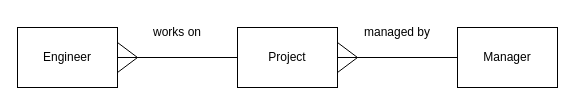
The draw.io diagram page "Engineer" (24 of 33) of higher/ddd/H-DDD-Clydeview/assets/Diagrams/H DDD Clydeview.drawio in MrFriendCS/MrFriendCS.github.io, before the edit. Source tidied: cells renumbered, new cells numbered last; positions are measured from the earlier drawing's top-left corner, leaving out a move shared by most shapes. Both pictures are drawn from the tidied source at 100%, with x=0, y=0 at pixel (17, 17).
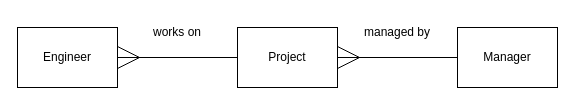
After the change.

What changed in the source:
```diff
@@
 <mxGraphModel>
   <root>
     <mxCell id="0" />
     <mxCell id="1" parent="0" />
-    <mxCell id="2" style="rounded=0;jettySize=auto;html=1;exitX=1;exitY=0.5;exitDx=0;exitDy=0;entryX=0;entryY=0.5;entryDx=0;entryDy=0;endArrow=none;endFill=0;" parent="1" edge="1" source="5" target="9">
+    <mxCell id="2" style="rounded=0;jettySize=auto;html=1;exitX=1;exitY=0.5;exitDx=0;exitDy=0;entryX=0;entryY=0.5;entryDx=0;entryDy=0;endArrow=none;endFill=0;startArrow=ERmany;startFill=0;startSize=20;" parent="1" edge="1" source="5" target="9">
       <mxGeometry relative="1" as="geometry" />
     </mxCell>
-    <mxCell id="3" style="edgeStyle=none;rounded=0;jettySize=auto;html=1;exitX=1;exitY=0.25;exitDx=0;exitDy=0;endArrow=none;endFill=0;" parent="1" edge="1" source="5">
-      <mxGeometry relative="1" as="geometry">
-        <mxPoint x="120" y="40" as="targetPoint" />
-      </mxGeometry>
-    </mxCell>
-    <mxCell id="4" style="edgeStyle=none;rounded=0;jettySize=auto;html=1;exitX=1;exitY=0.75;exitDx=0;exitDy=0;endArrow=none;endFill=0;" parent="1" edge="1" source="5">
-      <mxGeometry relative="1" as="geometry">
-        <mxPoint x="120" y="40" as="targetPoint" />
-      </mxGeometry>
-    </mxCell>
-    <mxCell id="5" value="Engineer" style="rounded=0;whiteSpace=wrap;html=1;" parent="1" vertex="1">
+    <mxCell id="5" value="Engineer" style="rounded=0;whiteSpace=wrap;html=1;fillColor=none;" parent="1" vertex="1">
       <mxGeometry y="10" width="100" height="60" as="geometry" />
     </mxCell>
-    <mxCell id="6" style="edgeStyle=none;rounded=0;jettySize=auto;html=1;exitX=1;exitY=0.5;exitDx=0;exitDy=0;entryX=0;entryY=0.5;entryDx=0;entryDy=0;endArrow=none;endFill=0;" parent="1" edge="1" source="9" target="10">
+    <mxCell id="6" style="edgeStyle=none;rounded=0;jettySize=auto;html=1;exitX=1;exitY=0.5;exitDx=0;exitDy=0;entryX=0;entryY=0.5;entryDx=0;entryDy=0;endArrow=none;endFill=0;startArrow=ERmany;startFill=0;startSize=20;" parent="1" edge="1" source="9" target="10">
       <mxGeometry relative="1" as="geometry" />
     </mxCell>
-    <mxCell id="7" style="edgeStyle=none;rounded=0;jettySize=auto;html=1;exitX=1;exitY=0.25;exitDx=0;exitDy=0;endArrow=none;endFill=0;" parent="1" edge="1" source="9">
-      <mxGeometry relative="1" as="geometry">
-        <mxPoint x="340" y="40" as="targetPoint" />
-      </mxGeometry>
-    </mxCell>
-    <mxCell id="8" style="edgeStyle=none;rounded=0;jettySize=auto;html=1;exitX=1;exitY=0.75;exitDx=0;exitDy=0;endArrow=none;endFill=0;" parent="1" edge="1" source="9">
-      <mxGeometry relative="1" as="geometry">
-        <mxPoint x="340" y="40" as="targetPoint" />
-      </mxGeometry>
-    </mxCell>
-    <mxCell id="9" value="Project" style="rounded=0;whiteSpace=wrap;html=1;" parent="1" vertex="1">
+    <mxCell id="9" value="Project" style="rounded=0;whiteSpace=wrap;html=1;fillColor=none;" parent="1" vertex="1">
       <mxGeometry x="220" y="10" width="100" height="60" as="geometry" />
     </mxCell>
-    <mxCell id="10" value="Manager" style="rounded=0;whiteSpace=wrap;html=1;" parent="1" vertex="1">
+    <mxCell id="10" value="Manager" style="rounded=0;whiteSpace=wrap;html=1;fillColor=none;" parent="1" vertex="1">
       <mxGeometry x="440" y="10" width="100" height="60" as="geometry" />
     </mxCell>
     <mxCell id="11" value="works on" style="text;html=1;strokeColor=none;fillColor=none;align=center;verticalAlign=middle;whiteSpace=wrap;rounded=0;" parent="1" vertex="1">
       <mxGeometry x="120" width="80" height="30" as="geometry" />
     </mxCell>
     <mxCell id="12" value="managed by" style="text;html=1;strokeColor=none;fillColor=none;align=center;verticalAlign=middle;whiteSpace=wrap;rounded=0;" parent="1" vertex="1">
       <mxGeometry x="340" width="80" height="30" as="geometry" />
     </mxCell>
   </root>
 </mxGraphModel>
```
